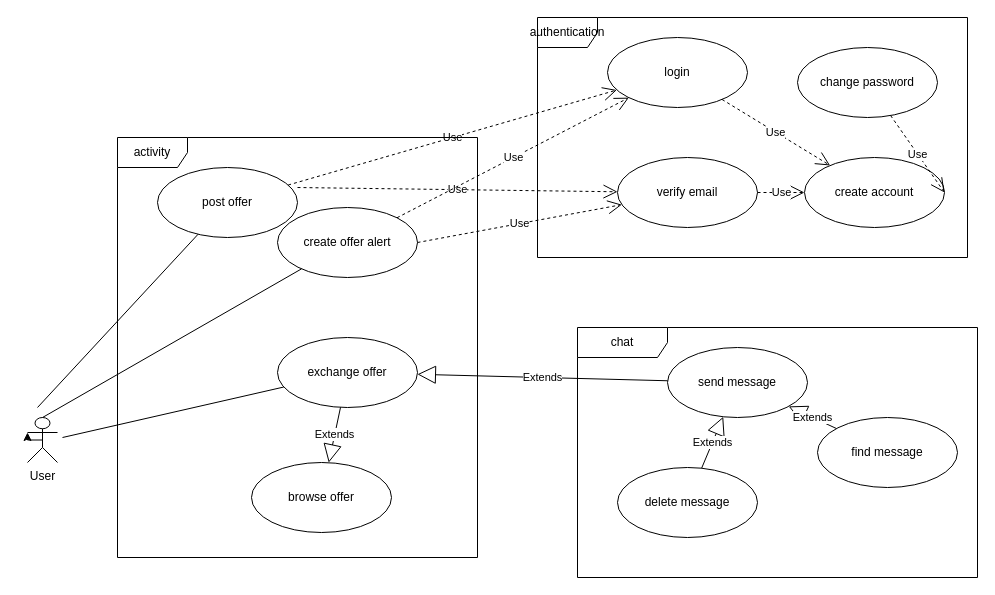
This is page "Page-1" (1 of 2) of diagrams/Untitled Diagram.drawio from divinjordan/project-gl, a draw.io file, before an edit. Source tidied: cells renumbered, new cells numbered last; positions are measured from the earlier drawing's top-left corner, leaving out a move shared by most shapes. Both pictures are drawn from the tidied source at 100%, with x=0, y=0 at pixel (27, 17).
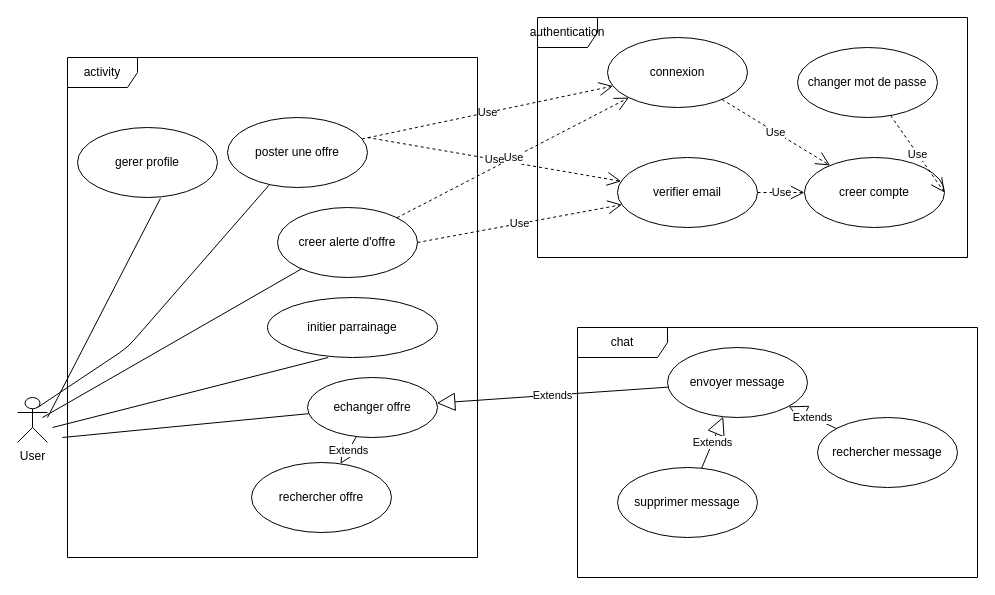
After the change.

Commit message:
use-case-diagram

Change to the diagram source:
```diff
@@
+    <mxCell id="29" value="chat" style="shape=umlFrame;whiteSpace=wrap;html=1;width=90;height=30;" parent="1" vertex="1">
+      <mxGeometry x="550" y="310" width="400" height="250" as="geometry" />
+    </mxCell>
+    <mxCell id="30" value="authentication" style="shape=umlFrame;whiteSpace=wrap;html=1;" parent="1" vertex="1">
+      <mxGeometry x="510" width="430" height="240" as="geometry" />
+    </mxCell>
+    <mxCell id="31" value="activity" style="shape=umlFrame;whiteSpace=wrap;html=1;width=70;height=30;" parent="1" vertex="1">
+      <mxGeometry x="40" y="40" width="410" height="500" as="geometry" />
+    </mxCell>
     <mxCell id="2" value="User" style="shape=umlActor;verticalLabelPosition=bottom;verticalAlign=top;html=1;outlineConnect=0;" parent="1" vertex="1">
-      <mxGeometry y="400" width="30" height="45" as="geometry" />
+      <mxGeometry x="-10" y="380" width="30" height="45" as="geometry" />
     </mxCell>
-    <mxCell id="3" value="post offer" style="ellipse;whiteSpace=wrap;html=1;" parent="1" vertex="1">
-      <mxGeometry x="130" y="150" width="140" height="70" as="geometry" />
+    <mxCell id="3" value="poster une offre" style="ellipse;whiteSpace=wrap;html=1;" parent="1" vertex="1">
+      <mxGeometry x="200" y="100" width="140" height="70" as="geometry" />
     </mxCell>
-    <mxCell id="4" value="exchange offer" style="ellipse;whiteSpace=wrap;html=1;" parent="1" vertex="1">
-      <mxGeometry x="250" y="320" width="140" height="70" as="geometry" />
+    <mxCell id="4" value="echanger offre" style="ellipse;whiteSpace=wrap;html=1;" parent="1" vertex="1">
+      <mxGeometry x="280" y="360" width="130" height="60" as="geometry" />
     </mxCell>
-    <mxCell id="5" value="browse offer&lt;br&gt;" style="ellipse;whiteSpace=wrap;html=1;" parent="1" vertex="1">
+    <mxCell id="5" value="rechercher offre" style="ellipse;whiteSpace=wrap;html=1;" parent="1" vertex="1">
       <mxGeometry x="224" y="445" width="140" height="70" as="geometry" />
     </mxCell>
@@
-    <mxCell id="7" value="send message" style="ellipse;whiteSpace=wrap;html=1;" parent="1" vertex="1">
+    <mxCell id="7" value="envoyer message" style="ellipse;whiteSpace=wrap;html=1;" parent="1" vertex="1">
       <mxGeometry x="640" y="330" width="140" height="70" as="geometry" />
     </mxCell>
-    <mxCell id="8" value="delete message" style="ellipse;whiteSpace=wrap;html=1;" parent="1" vertex="1">
+    <mxCell id="8" value="supprimer message" style="ellipse;whiteSpace=wrap;html=1;" parent="1" vertex="1">
       <mxGeometry x="590" y="450" width="140" height="70" as="geometry" />
     </mxCell>
-    <mxCell id="9" value="find message&lt;br&gt;" style="ellipse;whiteSpace=wrap;html=1;" parent="1" vertex="1">
+    <mxCell id="9" value="rechercher message" style="ellipse;whiteSpace=wrap;html=1;" parent="1" vertex="1">
       <mxGeometry x="790" y="400" width="140" height="70" as="geometry" />
     </mxCell>
@@
-    <mxCell id="13" value="create account" style="ellipse;whiteSpace=wrap;html=1;" parent="1" vertex="1">
+    <mxCell id="13" value="creer compte" style="ellipse;whiteSpace=wrap;html=1;" parent="1" vertex="1">
       <mxGeometry x="777" y="140" width="140" height="70" as="geometry" />
     </mxCell>
-    <mxCell id="14" value="login" style="ellipse;whiteSpace=wrap;html=1;" parent="1" vertex="1">
+    <mxCell id="14" value="connexion" style="ellipse;whiteSpace=wrap;html=1;" parent="1" vertex="1">
       <mxGeometry x="580" y="20" width="140" height="70" as="geometry" />
     </mxCell>
-    <mxCell id="15" value="verify email" style="ellipse;whiteSpace=wrap;html=1;" parent="1" vertex="1">
+    <mxCell id="15" value="verifier email" style="ellipse;whiteSpace=wrap;html=1;" parent="1" vertex="1">
       <mxGeometry x="590" y="140" width="140" height="70" as="geometry" />
     </mxCell>
-    <mxCell id="16" value="change password" style="ellipse;whiteSpace=wrap;html=1;" parent="1" vertex="1">
+    <mxCell id="16" value="changer mot de passe" style="ellipse;whiteSpace=wrap;html=1;" parent="1" vertex="1">
       <mxGeometry x="770" y="30" width="140" height="70" as="geometry" />
     </mxCell>
@@
-    <mxCell id="22" value="create offer alert" style="ellipse;whiteSpace=wrap;html=1;" parent="1" vertex="1">
+    <mxCell id="22" value="creer alerte d'offre" style="ellipse;whiteSpace=wrap;html=1;" parent="1" vertex="1">
       <mxGeometry x="250" y="190" width="140" height="70" as="geometry" />
     </mxCell>
@@
-    <mxCell id="25" style="endArrow=none;html=1;exitX=0.5;exitY=0;exitDx=0;exitDy=0;exitPerimeter=0;" parent="1" edge="1" source="2" target="22">
-      <mxGeometry relative="1" as="geometry" />
+    <mxCell id="25" style="endArrow=none;html=1;exitX=0.5;exitY=0;exitDx=0;exitDy=0;exitPerimeter=0;" parent="1" edge="1" target="22">
+      <mxGeometry relative="1" as="geometry">
+        <mxPoint x="15" y="400" as="sourcePoint" />
+      </mxGeometry>
     </mxCell>
     <mxCell id="26" style="endArrow=none;html=1;" parent="1" edge="1" target="3">
       <mxGeometry relative="1" as="geometry">
         <mxPoint x="10" y="390" as="sourcePoint" />
+        <Array as="points">
+          <mxPoint x="100" y="330" />
+        </Array>
       </mxGeometry>
     </mxCell>
@@
-    <mxCell id="28" style="edgeStyle=orthogonalEdgeStyle;rounded=0;orthogonalLoop=1;jettySize=auto;html=1;exitX=0.5;exitY=0.5;exitDx=0;exitDy=0;exitPerimeter=0;entryX=0;entryY=0.3333333333333333;entryDx=0;entryDy=0;entryPerimeter=0;" parent="1" edge="1" source="2" target="2">
-      <mxGeometry relative="1" as="geometry" />
-    </mxCell>
-    <mxCell id="29" value="chat" style="shape=umlFrame;whiteSpace=wrap;html=1;width=90;height=30;" parent="1" vertex="1">
-      <mxGeometry x="550" y="310" width="400" height="250" as="geometry" />
-    </mxCell>
-    <mxCell id="30" value="authentication" style="shape=umlFrame;whiteSpace=wrap;html=1;" parent="1" vertex="1">
-      <mxGeometry x="510" width="430" height="240" as="geometry" />
-    </mxCell>
-    <mxCell id="31" value="activity" style="shape=umlFrame;whiteSpace=wrap;html=1;width=70;height=30;" parent="1" vertex="1">
-      <mxGeometry x="90" y="120" width="360" height="420" as="geometry" />
-    </mxCell>
+    <mxCell id="32" value="initier parrainage" style="ellipse;whiteSpace=wrap;html=1;" parent="1" vertex="1">
+      <mxGeometry x="240" y="280" width="170" height="60" as="geometry" />
+    </mxCell>
+    <mxCell id="33" style="endArrow=none;html=1;exitX=0.5;exitY=0;exitDx=0;exitDy=0;exitPerimeter=0;entryX=0.357;entryY=1;entryDx=0;entryDy=0;entryPerimeter=0;" parent="1" edge="1" target="32">
+      <mxGeometry relative="1" as="geometry">
+        <mxPoint x="25" y="410" as="sourcePoint" />
+      </mxGeometry>
+    </mxCell>
+    <mxCell id="34" value="gerer profile" style="ellipse;whiteSpace=wrap;html=1;" parent="1" vertex="1">
+      <mxGeometry x="50" y="110" width="140" height="70" as="geometry" />
+    </mxCell>
+    <mxCell id="35" style="endArrow=none;html=1;entryX=0.592;entryY=1.014;entryDx=0;entryDy=0;entryPerimeter=0;" parent="1" edge="1" target="34">
+      <mxGeometry relative="1" as="geometry">
+        <mxPoint x="20" y="400" as="sourcePoint" />
+      </mxGeometry>
+    </mxCell>
```
